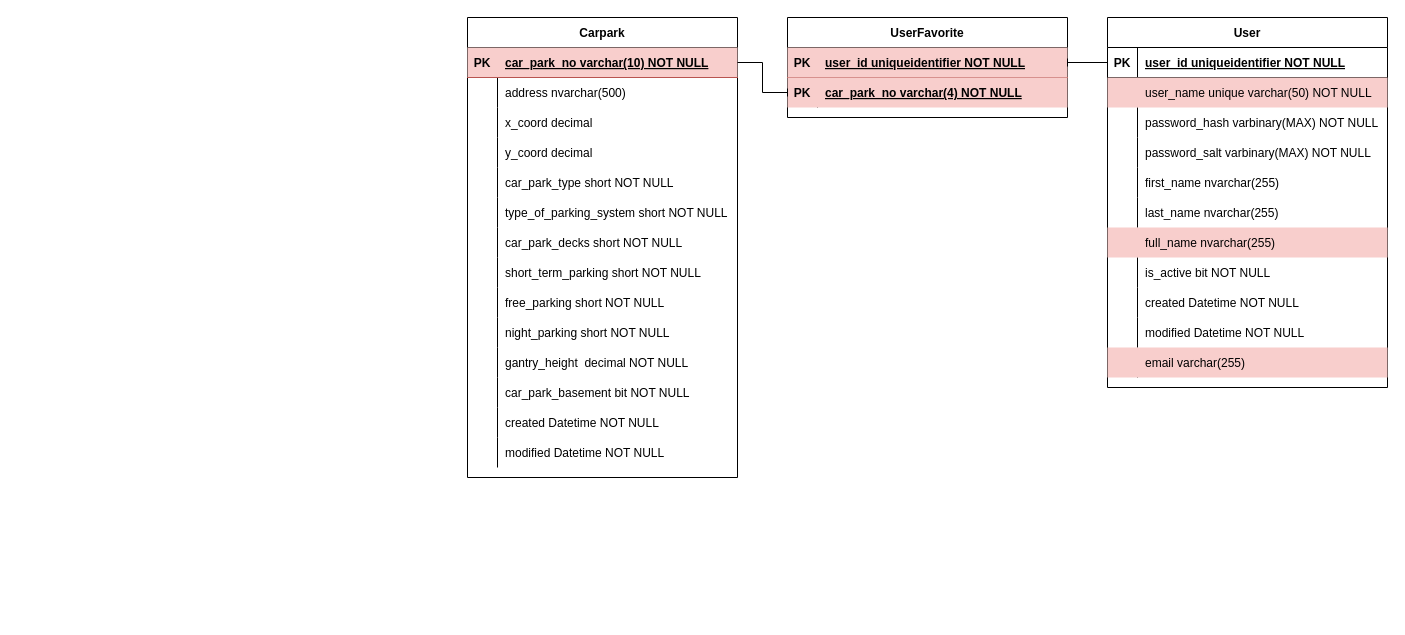
Above: Untitled Diagram.drawio in A41056/ERD (draw.io), before the change. Source tidied: cells renumbered, new cells numbered last; positions are measured from the earlier drawing's top-left corner, leaving out a move shared by most shapes. Both pictures are drawn from the tidied source at 100%, with x=0, y=0 at pixel (467, 17).
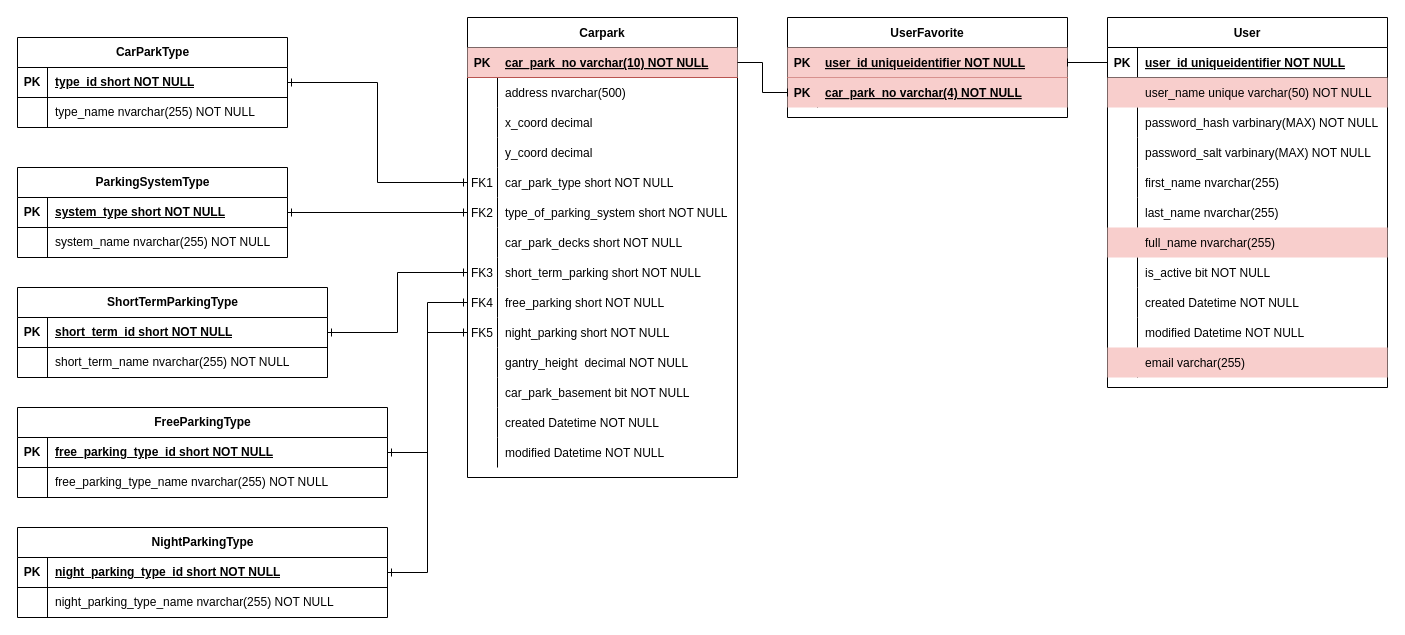
The same page after the edit.

Unchanged cells that the change refers to:
```xml
<mxCell id="49" style="shape=partialRectangle;fillColor=none;points=[[0,0.5],[1,0.5]];portConstraint=eastwest;top=0;left=0;right=0;bottom=0;" parent="36" vertex="1">
  <mxGeometry y="150" width="270" height="30" as="geometry" />
</mxCell>
<mxCell id="52" style="shape=partialRectangle;fillColor=none;points=[[0,0.5],[1,0.5]];portConstraint=eastwest;top=0;left=0;right=0;bottom=0;" parent="36" vertex="1">
  <mxGeometry y="180" width="270" height="30" as="geometry" />
</mxCell>
<mxCell id="58" style="shape=partialRectangle;fillColor=none;points=[[0,0.5],[1,0.5]];portConstraint=eastwest;top=0;left=0;right=0;bottom=0;" parent="36" vertex="1">
  <mxGeometry y="240" width="270" height="30" as="geometry" />
</mxCell>
<mxCell id="61" style="shape=partialRectangle;fillColor=none;points=[[0,0.5],[1,0.5]];portConstraint=eastwest;top=0;left=0;right=0;bottom=0;" parent="36" vertex="1">
  <mxGeometry y="270" width="270" height="30" as="geometry" />
</mxCell>
<mxCell id="64" style="shape=partialRectangle;fillColor=none;points=[[0,0.5],[1,0.5]];portConstraint=eastwest;top=0;left=0;right=0;bottom=0;" parent="36" vertex="1">
  <mxGeometry y="300" width="270" height="30" as="geometry" />
</mxCell>
```

Change to the diagram source:
```diff
@@
-    <mxCell id="50" style="shape=partialRectangle;overflow=hidden;fillColor=none;top=0;left=0;bottom=0;right=0;" parent="49" vertex="1">
+    <mxCell id="50" value="FK1" style="shape=partialRectangle;overflow=hidden;fillColor=none;top=0;left=0;bottom=0;right=0;" parent="49" vertex="1">
       <mxGeometry width="30" height="30" as="geometry" />
     </mxCell>
@@
-    <mxCell id="53" style="shape=partialRectangle;overflow=hidden;fillColor=none;top=0;left=0;bottom=0;right=0;" parent="52" vertex="1">
+    <mxCell id="53" value="FK2" style="shape=partialRectangle;overflow=hidden;fillColor=none;top=0;left=0;bottom=0;right=0;" parent="52" vertex="1">
       <mxGeometry width="30" height="30" as="geometry" />
     </mxCell>
@@
-    <mxCell id="59" style="shape=partialRectangle;overflow=hidden;fillColor=none;top=0;left=0;bottom=0;right=0;" parent="58" vertex="1">
+    <mxCell id="59" value="FK3" style="shape=partialRectangle;overflow=hidden;fillColor=none;top=0;left=0;bottom=0;right=0;" parent="58" vertex="1">
       <mxGeometry width="30" height="30" as="geometry" />
     </mxCell>
@@
-    <mxCell id="62" style="shape=partialRectangle;overflow=hidden;fillColor=none;top=0;left=0;bottom=0;right=0;" parent="61" vertex="1">
+    <mxCell id="62" value="FK4" style="shape=partialRectangle;overflow=hidden;fillColor=none;top=0;left=0;bottom=0;right=0;" parent="61" vertex="1">
       <mxGeometry width="30" height="30" as="geometry" />
     </mxCell>
@@
-    <mxCell id="65" style="shape=partialRectangle;overflow=hidden;fillColor=none;top=0;left=0;bottom=0;right=0;" parent="64" vertex="1">
+    <mxCell id="65" value="FK5" style="shape=partialRectangle;overflow=hidden;fillColor=none;top=0;left=0;bottom=0;right=0;" parent="64" vertex="1">
       <mxGeometry width="30" height="30" as="geometry" />
     </mxCell>
@@
+    <mxCell id="88" value="CarParkType" style="shape=table;startSize=30;childLayout=tableLayout;rowLines=0;fontStyle=1;align=center;html=1;" parent="1" vertex="1">
+      <mxGeometry x="-450" y="20" width="270" height="90" as="geometry" />
+    </mxCell>
+    <mxCell id="89" style="shape=tableRow;horizontal=0;startSize=0;swimlaneHead=0;swimlaneBody=0;fillColor=none;points=[[0,0.5],[1,0.5]];portConstraint=eastwest;top=0;left=0;right=0;bottom=1;" parent="88" vertex="1">
+      <mxGeometry y="30" width="270" height="30" as="geometry" />
+    </mxCell>
+    <mxCell id="90" value="PK" style="shape=partialRectangle;fillColor=none;top=0;left=0;bottom=0;right=0;fontStyle=1;overflow=hidden;whiteSpace=wrap;html=1;" parent="89" vertex="1">
+      <mxGeometry width="30" height="30" as="geometry" />
+    </mxCell>
+    <mxCell id="91" value="type_id short NOT NULL" style="shape=partialRectangle;fillColor=none;top=0;left=0;bottom=0;right=0;align=left;spacingLeft=6;fontStyle=5;overflow=hidden;whiteSpace=wrap;html=1;" parent="89" vertex="1">
+      <mxGeometry x="30" width="240" height="30" as="geometry" />
+    </mxCell>
+    <mxCell id="92" style="shape=tableRow;horizontal=0;startSize=0;swimlaneHead=0;swimlaneBody=0;fillColor=none;top=0;left=0;right=0;bottom=0;" parent="88" vertex="1">
+      <mxGeometry y="60" width="270" height="30" as="geometry" />
+    </mxCell>
+    <mxCell id="93" style="shape=partialRectangle;fillColor=none;top=0;left=0;bottom=0;right=0;overflow=hidden;whiteSpace=wrap;html=1;" parent="92" vertex="1">
+      <mxGeometry width="30" height="30" as="geometry" />
+    </mxCell>
+    <mxCell id="94" value="type_name nvarchar(255) NOT NULL" style="shape=partialRectangle;fillColor=none;top=0;left=0;bottom=0;right=0;align=left;spacingLeft=6;overflow=hidden;whiteSpace=wrap;html=1;" parent="92" vertex="1">
+      <mxGeometry x="30" width="240" height="30" as="geometry" />
+    </mxCell>
+    <mxCell id="95" style="edgeStyle=orthogonalEdgeStyle;rounded=0;jettySize=auto;html=1;entryX=0;entryY=0.5;entryDx=0;entryDy=0;startArrow=ERone;startFill=0;endArrow=ERone;endFill=0;" parent="1" edge="1" source="96" target="52">
+      <mxGeometry relative="1" as="geometry" />
+    </mxCell>
+    <mxCell id="96" value="ParkingSystemType" style="shape=table;startSize=30;childLayout=tableLayout;rowLines=0;fontStyle=1;align=center;html=1;" parent="1" vertex="1">
+      <mxGeometry x="-450" y="150" width="270" height="90" as="geometry" />
+    </mxCell>
+    <mxCell id="97" style="shape=tableRow;horizontal=0;startSize=0;swimlaneHead=0;swimlaneBody=0;fillColor=none;top=0;left=0;right=0;bottom=1;" parent="96" vertex="1">
+      <mxGeometry y="30" width="270" height="30" as="geometry" />
+    </mxCell>
+    <mxCell id="98" value="PK" style="shape=partialRectangle;fillColor=none;top=0;left=0;bottom=0;right=0;fontStyle=1;overflow=hidden;whiteSpace=wrap;html=1;" parent="97" vertex="1">
+      <mxGeometry width="30" height="30" as="geometry" />
+    </mxCell>
+    <mxCell id="99" value="system_type short NOT NULL" style="shape=partialRectangle;fillColor=none;top=0;left=0;bottom=0;right=0;align=left;spacingLeft=6;fontStyle=5;overflow=hidden;whiteSpace=wrap;html=1;" parent="97" vertex="1">
+      <mxGeometry x="30" width="240" height="30" as="geometry" />
+    </mxCell>
+    <mxCell id="100" style="shape=tableRow;horizontal=0;startSize=0;swimlaneHead=0;swimlaneBody=0;fillColor=none;top=0;left=0;right=0;bottom=0;" parent="96" vertex="1">
+      <mxGeometry y="60" width="270" height="30" as="geometry" />
+    </mxCell>
+    <mxCell id="101" style="shape=partialRectangle;fillColor=none;top=0;left=0;bottom=0;right=0;overflow=hidden;whiteSpace=wrap;html=1;" parent="100" vertex="1">
+      <mxGeometry width="30" height="30" as="geometry" />
+    </mxCell>
+    <mxCell id="102" value="system_name nvarchar(255) NOT NULL" style="shape=partialRectangle;fillColor=none;top=0;left=0;bottom=0;right=0;align=left;spacingLeft=6;overflow=hidden;whiteSpace=wrap;html=1;" parent="100" vertex="1">
+      <mxGeometry x="30" width="240" height="30" as="geometry" />
+    </mxCell>
+    <mxCell id="103" value="ShortTermParkingType" style="shape=table;startSize=30;childLayout=tableLayout;rowLines=0;fontStyle=1;align=center;html=1;" parent="1" vertex="1">
+      <mxGeometry x="-450" y="270" width="310" height="90" as="geometry" />
+    </mxCell>
+    <mxCell id="104" style="shape=tableRow;horizontal=0;startSize=0;swimlaneHead=0;swimlaneBody=0;fillColor=none;points=[[0,0.5],[1,0.5]];portConstraint=eastwest;top=0;left=0;right=0;bottom=1;" parent="103" vertex="1">
+      <mxGeometry y="30" width="310" height="30" as="geometry" />
+    </mxCell>
+    <mxCell id="105" value="PK" style="shape=partialRectangle;fillColor=none;top=0;left=0;bottom=0;right=0;fontStyle=1;overflow=hidden;whiteSpace=wrap;html=1;" parent="104" vertex="1">
+      <mxGeometry width="30" height="30" as="geometry" />
+    </mxCell>
+    <mxCell id="106" value="short_term_id short NOT NULL" style="shape=partialRectangle;fillColor=none;top=0;left=0;bottom=0;right=0;align=left;spacingLeft=6;fontStyle=5;overflow=hidden;whiteSpace=wrap;html=1;" parent="104" vertex="1">
+      <mxGeometry x="30" width="280" height="30" as="geometry" />
+    </mxCell>
+    <mxCell id="107" style="shape=tableRow;horizontal=0;startSize=0;swimlaneHead=0;swimlaneBody=0;fillColor=none;top=0;left=0;right=0;bottom=0;" parent="103" vertex="1">
+      <mxGeometry y="60" width="310" height="30" as="geometry" />
+    </mxCell>
+    <mxCell id="108" style="shape=partialRectangle;fillColor=none;top=0;left=0;bottom=0;right=0;overflow=hidden;whiteSpace=wrap;html=1;" parent="107" vertex="1">
+      <mxGeometry width="30" height="30" as="geometry" />
+    </mxCell>
+    <mxCell id="109" value="short_term_name nvarchar(255) NOT NULL" style="shape=partialRectangle;fillColor=none;top=0;left=0;bottom=0;right=0;align=left;spacingLeft=6;overflow=hidden;whiteSpace=wrap;html=1;" parent="107" vertex="1">
+      <mxGeometry x="30" width="280" height="30" as="geometry" />
+    </mxCell>
+    <mxCell id="110" value="FreeParkingType" style="shape=table;startSize=30;childLayout=tableLayout;rowLines=0;fontStyle=1;align=center;html=1;" parent="1" vertex="1">
+      <mxGeometry x="-450" y="390" width="370" height="90" as="geometry" />
+    </mxCell>
+    <mxCell id="111" style="shape=tableRow;horizontal=0;startSize=0;swimlaneHead=0;swimlaneBody=0;fillColor=none;points=[[0,0.5],[1,0.5]];portConstraint=eastwest;top=0;left=0;right=0;bottom=1;" parent="110" vertex="1">
+      <mxGeometry y="30" width="370" height="30" as="geometry" />
+    </mxCell>
+    <mxCell id="112" value="PK" style="shape=partialRectangle;fillColor=none;top=0;left=0;bottom=0;right=0;fontStyle=1;overflow=hidden;whiteSpace=wrap;html=1;" parent="111" vertex="1">
+      <mxGeometry width="30" height="30" as="geometry" />
+    </mxCell>
+    <mxCell id="113" value="free_parking_type_id short NOT NULL" style="shape=partialRectangle;fillColor=none;top=0;left=0;bottom=0;right=0;align=left;spacingLeft=6;fontStyle=5;overflow=hidden;whiteSpace=wrap;html=1;" parent="111" vertex="1">
+      <mxGeometry x="30" width="340" height="30" as="geometry" />
+    </mxCell>
+    <mxCell id="114" style="shape=tableRow;horizontal=0;startSize=0;swimlaneHead=0;swimlaneBody=0;fillColor=none;top=0;left=0;right=0;bottom=0;" parent="110" vertex="1">
+      <mxGeometry y="60" width="370" height="30" as="geometry" />
+    </mxCell>
+    <mxCell id="115" style="shape=partialRectangle;fillColor=none;top=0;left=0;bottom=0;right=0;overflow=hidden;whiteSpace=wrap;html=1;" parent="114" vertex="1">
+      <mxGeometry width="30" height="30" as="geometry" />
+    </mxCell>
+    <mxCell id="116" value="free_parking_type_name nvarchar(255) NOT NULL" style="shape=partialRectangle;fillColor=none;top=0;left=0;bottom=0;right=0;align=left;spacingLeft=6;overflow=hidden;whiteSpace=wrap;html=1;" parent="114" vertex="1">
+      <mxGeometry x="30" width="340" height="30" as="geometry" />
+    </mxCell>
+    <mxCell id="117" value="NightParkingType" style="shape=table;startSize=30;childLayout=tableLayout;rowLines=0;fontStyle=1;align=center;html=1;" parent="1" vertex="1">
+      <mxGeometry x="-450" y="510" width="370" height="90" as="geometry" />
+    </mxCell>
+    <mxCell id="118" style="shape=tableRow;horizontal=0;startSize=0;swimlaneHead=0;swimlaneBody=0;fillColor=none;points=[[0,0.5],[1,0.5]];portConstraint=eastwest;top=0;left=0;right=0;bottom=1;" parent="117" vertex="1">
+      <mxGeometry y="30" width="370" height="30" as="geometry" />
+    </mxCell>
+    <mxCell id="119" value="PK" style="shape=partialRectangle;fillColor=none;top=0;left=0;bottom=0;right=0;fontStyle=1;overflow=hidden;whiteSpace=wrap;html=1;" parent="118" vertex="1">
+      <mxGeometry width="30" height="30" as="geometry" />
+    </mxCell>
+    <mxCell id="120" value="night_parking_type_id short NOT NULL" style="shape=partialRectangle;fillColor=none;top=0;left=0;bottom=0;right=0;align=left;spacingLeft=6;fontStyle=5;overflow=hidden;whiteSpace=wrap;html=1;" parent="118" vertex="1">
+      <mxGeometry x="30" width="340" height="30" as="geometry" />
+    </mxCell>
+    <mxCell id="121" style="shape=tableRow;horizontal=0;startSize=0;swimlaneHead=0;swimlaneBody=0;fillColor=none;top=0;left=0;right=0;bottom=0;" parent="117" vertex="1">
+      <mxGeometry y="60" width="370" height="30" as="geometry" />
+    </mxCell>
+    <mxCell id="122" style="shape=partialRectangle;fillColor=none;top=0;left=0;bottom=0;right=0;overflow=hidden;whiteSpace=wrap;html=1;" parent="121" vertex="1">
+      <mxGeometry width="30" height="30" as="geometry" />
+    </mxCell>
+    <mxCell id="123" value="night_parking_type_name nvarchar(255) NOT NULL" style="shape=partialRectangle;fillColor=none;top=0;left=0;bottom=0;right=0;align=left;spacingLeft=6;overflow=hidden;whiteSpace=wrap;html=1;" parent="121" vertex="1">
+      <mxGeometry x="30" width="340" height="30" as="geometry" />
+    </mxCell>
+    <mxCell id="124" style="edgeStyle=orthogonalEdgeStyle;rounded=0;jettySize=auto;html=1;exitX=1;exitY=0.5;exitDx=0;exitDy=0;startArrow=ERone;startFill=0;endArrow=ERone;endFill=0;" parent="1" edge="1" source="104" target="58">
+      <mxGeometry relative="1" as="geometry" />
+    </mxCell>
+    <mxCell id="125" style="edgeStyle=orthogonalEdgeStyle;rounded=0;jettySize=auto;html=1;startArrow=ERone;startFill=0;endArrow=ERone;endFill=0;" parent="1" edge="1" source="111" target="61">
+      <mxGeometry relative="1" as="geometry" />
+    </mxCell>
+    <mxCell id="126" style="edgeStyle=orthogonalEdgeStyle;rounded=0;jettySize=auto;html=1;entryX=0;entryY=0.5;entryDx=0;entryDy=0;startArrow=ERone;startFill=0;endArrow=ERone;endFill=0;" parent="1" edge="1" source="118" target="64">
+      <mxGeometry relative="1" as="geometry" />
+    </mxCell>
+    <mxCell id="127" style="edgeStyle=orthogonalEdgeStyle;rounded=0;jettySize=auto;html=1;startArrow=ERone;startFill=0;endArrow=ERone;endFill=0;" parent="1" edge="1" source="89" target="49">
+      <mxGeometry relative="1" as="geometry" />
+    </mxCell>
```
